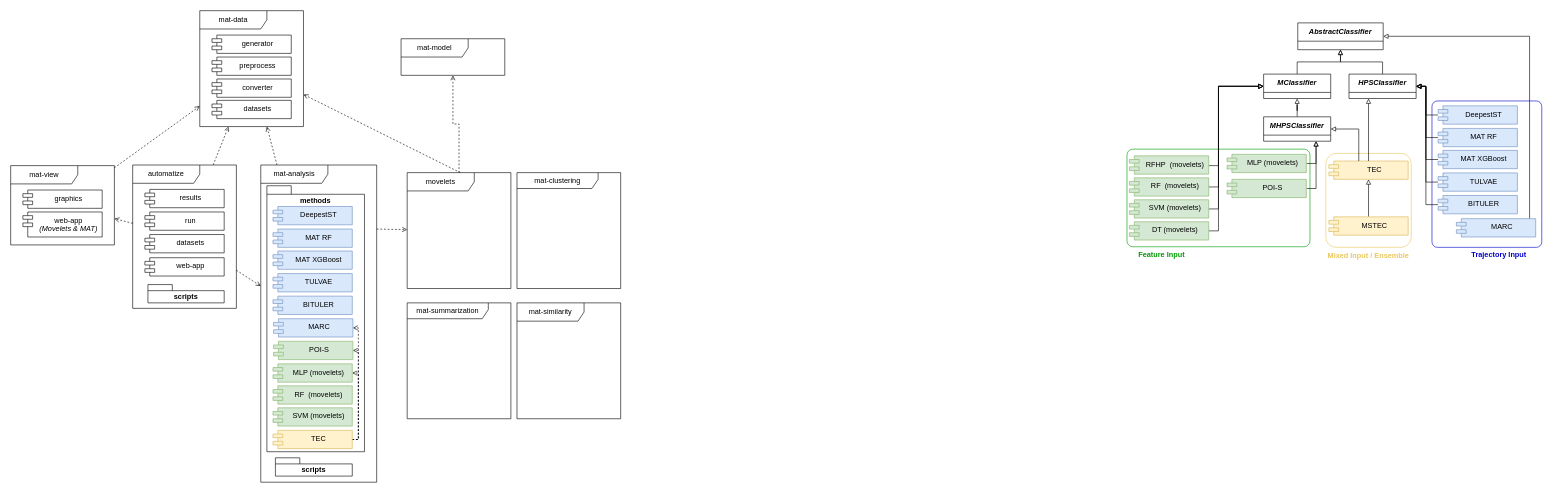
The draw.io diagram MAT-Tools.drawio in mat-analysis/mat-model, before the edit. Source tidied: cells renumbered, new cells numbered last; positions are measured from the earlier drawing's top-left corner, leaving out a move shared by most shapes. Both pictures are drawn from the tidied source at 61%, with x=0, y=0 at pixel (10, 10).
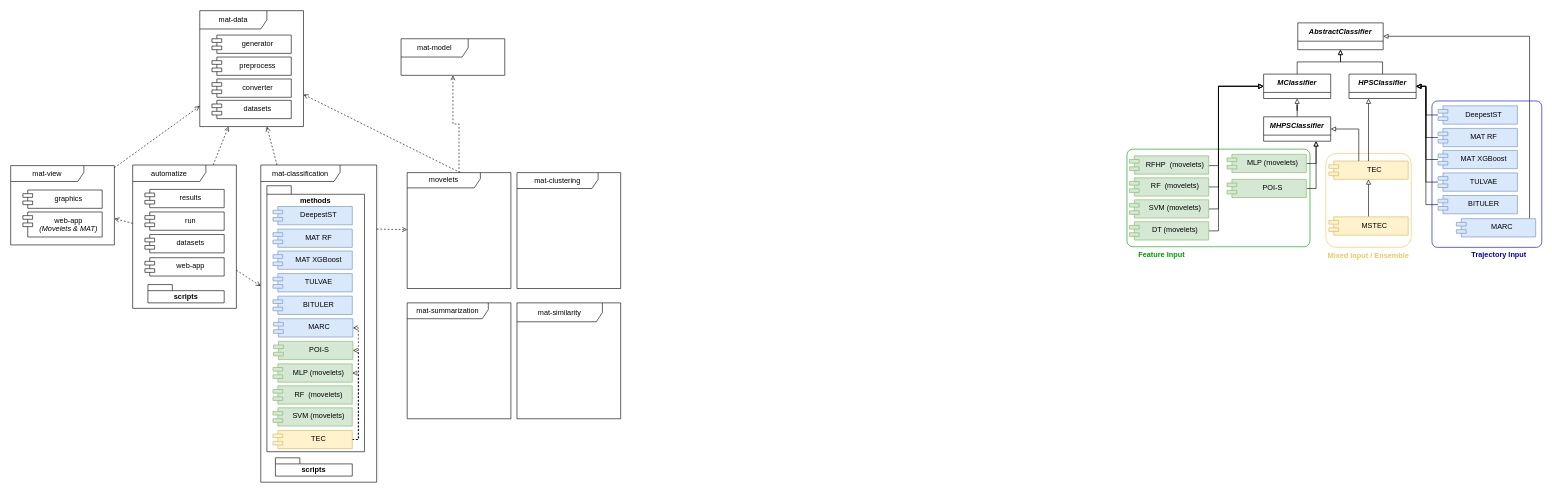
The same diagram, later.

What changed in the source:
```diff
@@
-    <mxCell id="9" value="mat-view" style="shape=umlFrame;whiteSpace=wrap;html=1;width=110;height=30;" parent="1" vertex="1">
+    <mxCell id="9" value="mat-view" style="shape=umlFrame;whiteSpace=wrap;html=1;width=120;height=26;" parent="1" vertex="1">
       <mxGeometry y="254" width="170" height="130" as="geometry" />
     </mxCell>
@@
-    <mxCell id="14" value="movelets" style="shape=umlFrame;whiteSpace=wrap;html=1;width=110;height=30;" parent="1" vertex="1">
+    <mxCell id="14" value="movelets" style="shape=umlFrame;whiteSpace=wrap;html=1;width=120;height=25;" parent="1" vertex="1">
       <mxGeometry x="650" y="265.5" width="170" height="190" as="geometry" />
     </mxCell>
@@
-    <mxCell id="23" value="automatize" style="shape=umlFrame;whiteSpace=wrap;html=1;width=110;height=30;" parent="1" vertex="1">
+    <mxCell id="23" value="automatize" style="shape=umlFrame;whiteSpace=wrap;html=1;width=120;height=27;" parent="1" vertex="1">
       <mxGeometry x="200" y="253" width="170" height="235" as="geometry" />
     </mxCell>
@@
-    <mxCell id="29" value="mat-analysis" style="shape=umlFrame;whiteSpace=wrap;html=1;width=110;height=30;" parent="1" vertex="1">
+    <mxCell id="29" value="mat-classification" style="shape=umlFrame;whiteSpace=wrap;html=1;width=130;height=27;" parent="1" vertex="1">
       <mxGeometry x="410" y="253" width="190" height="520" as="geometry" />
     </mxCell>
@@
-    <mxCell id="82" value="mat-similarity" style="shape=umlFrame;whiteSpace=wrap;html=1;width=110;height=30;" parent="1" vertex="1">
+    <mxCell id="82" value="mat-similarity" style="shape=umlFrame;whiteSpace=wrap;html=1;width=140;height=31;" parent="1" vertex="1">
       <mxGeometry x="830" y="479" width="170" height="190" as="geometry" />
     </mxCell>
```
